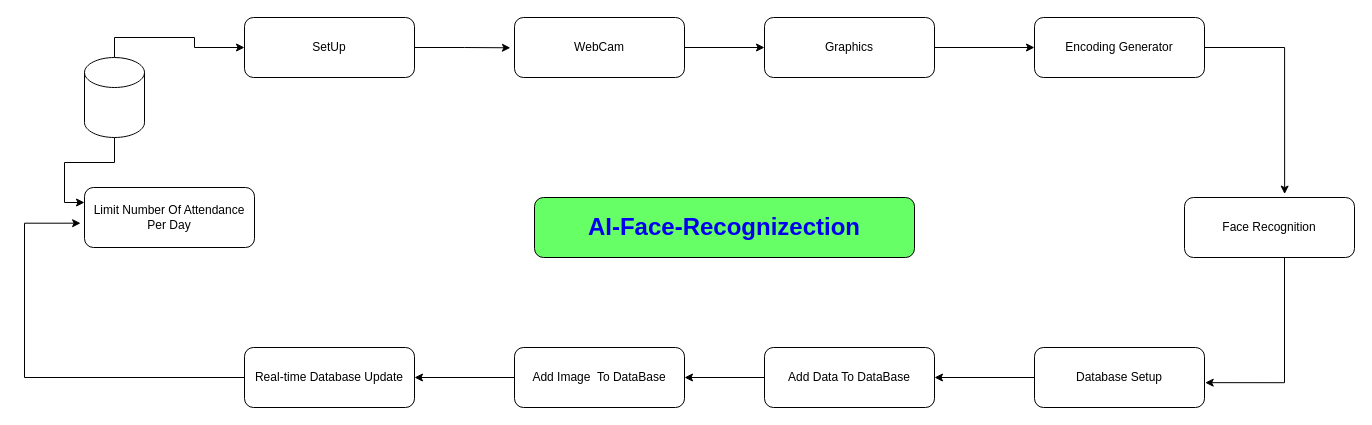
Before: Face Recognizection.drawio in codewithashim/AI-Face-Recognizection, a draw.io diagram. Source tidied: cells renumbered, new cells numbered last; positions are measured from the earlier drawing's top-left corner, leaving out a move shared by most shapes. Both pictures are drawn from the tidied source at 100%, with x=0, y=0 at pixel (24, 17).
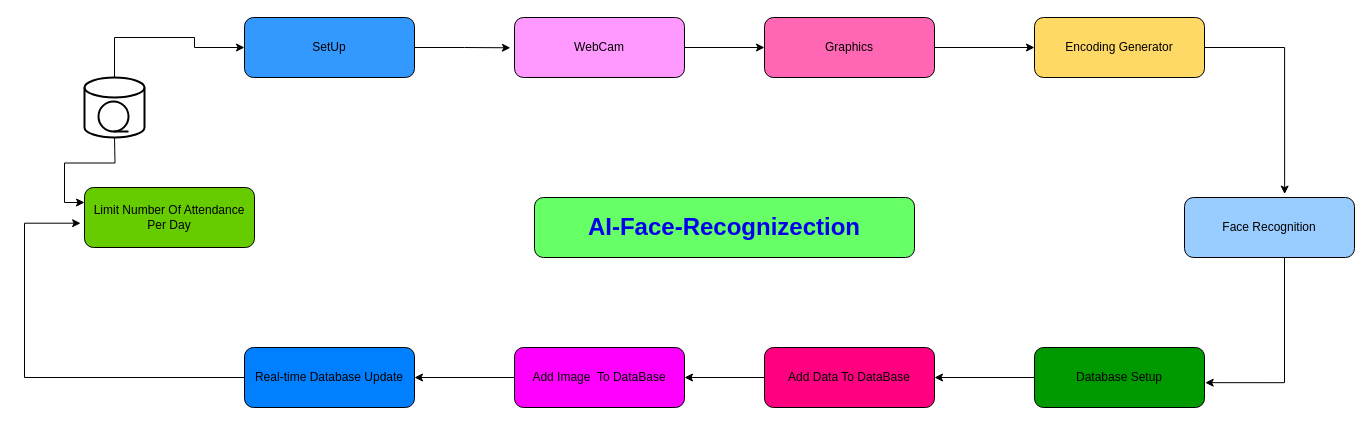
The same page after the edit.

Change to the diagram source:
```diff
@@
-    <mxCell id="3" value="WebCam" style="rounded=1;whiteSpace=wrap;html=1;" parent="1" vertex="1">
+    <mxCell id="3" value="WebCam" style="rounded=1;whiteSpace=wrap;html=1;fillColor=#FF99FF;" parent="1" vertex="1">
       <mxGeometry x="490" width="170" height="60" as="geometry" />
     </mxCell>
@@
-    <mxCell id="5" value="Add Image&amp;nbsp; To DataBase" style="rounded=1;whiteSpace=wrap;html=1;" parent="1" vertex="1">
+    <mxCell id="5" value="Add Image&amp;nbsp; To DataBase" style="rounded=1;whiteSpace=wrap;html=1;fillColor=#FF00FF;" parent="1" vertex="1">
       <mxGeometry x="490" y="330" width="170" height="60" as="geometry" />
     </mxCell>
@@
-    <mxCell id="7" value="SetUp" style="rounded=1;whiteSpace=wrap;html=1;" parent="1" vertex="1">
+    <mxCell id="7" value="SetUp" style="rounded=1;whiteSpace=wrap;html=1;fillColor=#3399FF;" parent="1" vertex="1">
       <mxGeometry x="220" width="170" height="60" as="geometry" />
     </mxCell>
@@
-    <mxCell id="9" value="Real-time Database Update" style="rounded=1;whiteSpace=wrap;html=1;" parent="1" vertex="1">
+    <mxCell id="9" value="Real-time Database Update" style="rounded=1;whiteSpace=wrap;html=1;fillColor=#007FFF;" parent="1" vertex="1">
       <mxGeometry x="220" y="330" width="170" height="60" as="geometry" />
     </mxCell>
@@
-    <mxCell id="11" value="Graphics" style="rounded=1;whiteSpace=wrap;html=1;" parent="1" vertex="1">
+    <mxCell id="11" value="Graphics" style="rounded=1;whiteSpace=wrap;html=1;fillColor=#FF66B3;" parent="1" vertex="1">
       <mxGeometry x="740" width="170" height="60" as="geometry" />
     </mxCell>
@@
-    <mxCell id="13" value="Add Data To DataBase" style="rounded=1;whiteSpace=wrap;html=1;" parent="1" vertex="1">
+    <mxCell id="13" value="Add Data To DataBase" style="rounded=1;whiteSpace=wrap;html=1;fillColor=#FF0080;" parent="1" vertex="1">
       <mxGeometry x="740" y="330" width="170" height="60" as="geometry" />
     </mxCell>
@@
-    <mxCell id="15" value="Encoding Generator" style="rounded=1;whiteSpace=wrap;html=1;" parent="1" vertex="1">
+    <mxCell id="15" value="Encoding Generator" style="rounded=1;whiteSpace=wrap;html=1;fillColor=#FFD966;" parent="1" vertex="1">
       <mxGeometry x="1010" width="170" height="60" as="geometry" />
     </mxCell>
@@
-    <mxCell id="17" value="Database Setup" style="rounded=1;whiteSpace=wrap;html=1;" parent="1" vertex="1">
+    <mxCell id="17" value="Database Setup" style="rounded=1;whiteSpace=wrap;html=1;fillColor=#009900;" parent="1" vertex="1">
       <mxGeometry x="1010" y="330" width="170" height="60" as="geometry" />
     </mxCell>
@@
-    <mxCell id="19" value="Face Recognition" style="rounded=1;whiteSpace=wrap;html=1;" parent="1" vertex="1">
+    <mxCell id="19" value="Face Recognition" style="rounded=1;whiteSpace=wrap;html=1;fillColor=#99CCFF;" parent="1" vertex="1">
       <mxGeometry x="1160" y="180" width="170" height="60" as="geometry" />
     </mxCell>
-    <mxCell id="20" value="Limit Number Of Attendance Per Day" style="rounded=1;whiteSpace=wrap;html=1;" parent="1" vertex="1">
+    <mxCell id="20" value="Limit Number Of Attendance Per Day" style="rounded=1;whiteSpace=wrap;html=1;fillColor=#66CC00;" parent="1" vertex="1">
       <mxGeometry x="60" y="170" width="170" height="60" as="geometry" />
     </mxCell>
-    <mxCell id="21" style="edgeStyle=orthogonalEdgeStyle;rounded=0;jettySize=auto;html=1;" parent="1" edge="1" source="23" target="7">
+    <mxCell id="21" style="edgeStyle=orthogonalEdgeStyle;rounded=0;jettySize=auto;html=1;exitX=0.5;exitY=0;exitDx=0;exitDy=0;exitPerimeter=0;" parent="1" edge="1" source="25" target="7">
       <mxGeometry relative="1" as="geometry">
         <Array as="points">
           <mxPoint x="90" y="20" />
           <mxPoint x="170" y="20" />
           <mxPoint x="170" y="30" />
         </Array>
       </mxGeometry>
     </mxCell>
-    <mxCell id="22" style="edgeStyle=orthogonalEdgeStyle;rounded=0;jettySize=auto;html=1;entryX=0;entryY=0.25;entryDx=0;entryDy=0;" parent="1" edge="1" source="23" target="20">
-      <mxGeometry relative="1" as="geometry" />
+    <mxCell id="22" style="edgeStyle=orthogonalEdgeStyle;rounded=0;jettySize=auto;html=1;entryX=0;entryY=0.25;entryDx=0;entryDy=0;" parent="1" edge="1" target="20">
+      <mxGeometry relative="1" as="geometry">
+        <mxPoint x="90" y="120" as="sourcePoint" />
+      </mxGeometry>
     </mxCell>
-    <mxCell id="23" style="shape=cylinder3;whiteSpace=wrap;html=1;boundedLbl=1;backgroundOutline=1;size=15;" parent="1" vertex="1">
-      <mxGeometry x="60" y="40" width="60" height="80" as="geometry" />
-    </mxCell>
@@
+    <mxCell id="25" style="strokeWidth=2;html=1;shape=mxgraph.flowchart.database;whiteSpace=wrap;" parent="1" vertex="1">
+      <mxGeometry x="60" y="60" width="60" height="60" as="geometry" />
+    </mxCell>
+    <mxCell id="26" style="strokeWidth=2;html=1;shape=mxgraph.flowchart.sequential_data;whiteSpace=wrap;" parent="1" vertex="1">
+      <mxGeometry x="74" y="84" width="30" height="30" as="geometry" />
+    </mxCell>
```
